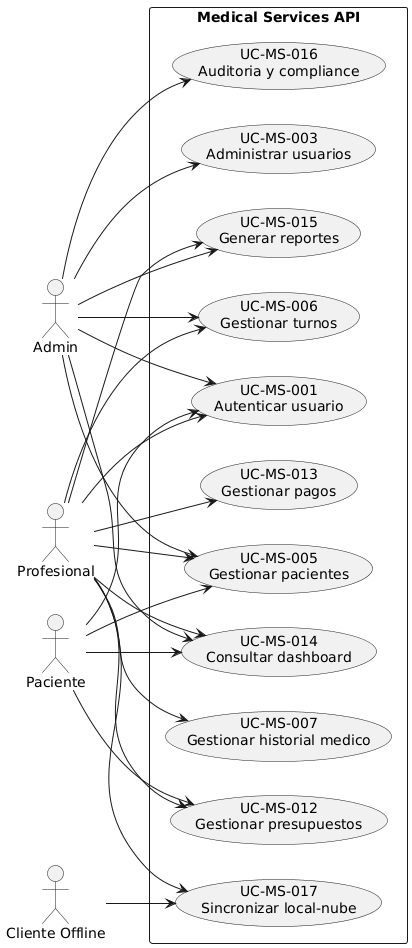
The PlantUML diagram docs/assets/use_case_medical_services_global.png in Yop007N/medicalcenter, before a commit. Its diagram source:
```plantuml
@startuml
left to right direction
skinparam packageStyle rectangle

actor Admin as A
actor Profesional as P
actor Paciente as C
actor "Cliente Offline" as O

rectangle "Medical Services API" {
  usecase "UC-MS-001\nAutenticar usuario" as UC1
  usecase "UC-MS-003\nAdministrar usuarios" as UC3
  usecase "UC-MS-005\nGestionar pacientes" as UC5
  usecase "UC-MS-006\nGestionar turnos" as UC6
  usecase "UC-MS-007\nGestionar historial medico" as UC7
  usecase "UC-MS-012\nGestionar presupuestos" as UC12
  usecase "UC-MS-013\nGestionar pagos" as UC13
  usecase "UC-MS-014\nConsultar dashboard" as UC14
  usecase "UC-MS-015\nGenerar reportes" as UC15
  usecase "UC-MS-016\nAuditoria y compliance" as UC16
  usecase "UC-MS-017\nSincronizar local-nube" as UC17
}

A --> UC1
A --> UC3
A --> UC5
A --> UC6
A --> UC14
A --> UC15
A --> UC16

P --> UC1
P --> UC5
P --> UC6
P --> UC7
P --> UC12
P --> UC13
P --> UC14
P --> UC15
P --> UC17

C --> UC1
C --> UC5
C --> UC12
C --> UC14

O --> UC17
@enduml
```
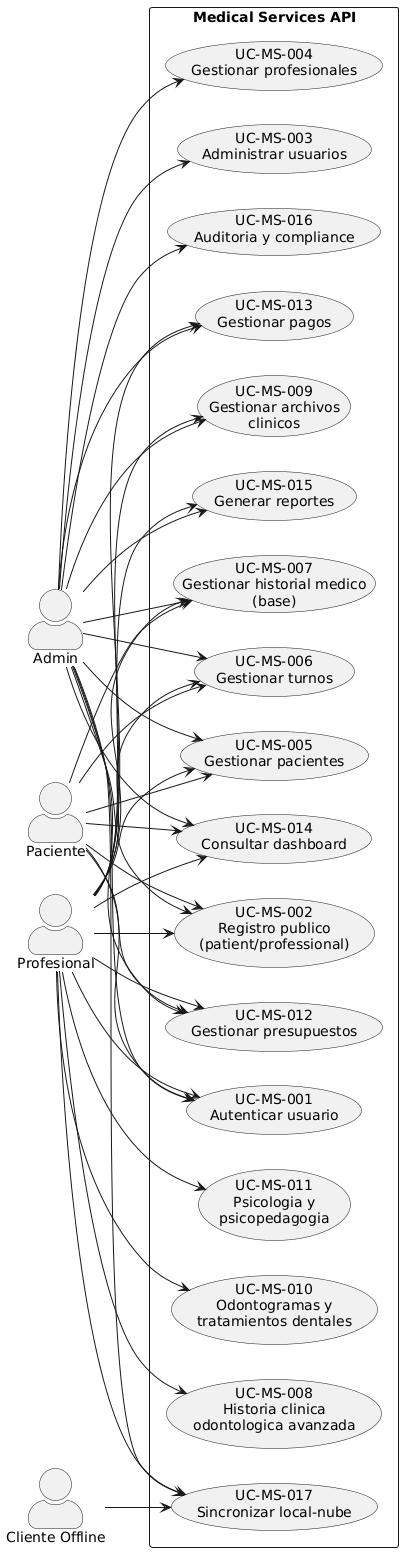
Above is the later version.

Diff of the diagram source:
```diff
@@ -1,6 +1,8 @@
 @startuml
 left to right direction
 skinparam packageStyle rectangle
+skinparam shadowing false
+skinparam actorStyle awesome
 
 actor Admin as A
 actor Profesional as P
@@ -9,10 +11,16 @@
 
 rectangle "Medical Services API" {
   usecase "UC-MS-001\nAutenticar usuario" as UC1
+  usecase "UC-MS-002\nRegistro publico\n(patient/professional)" as UC2
   usecase "UC-MS-003\nAdministrar usuarios" as UC3
+  usecase "UC-MS-004\nGestionar profesionales" as UC4
   usecase "UC-MS-005\nGestionar pacientes" as UC5
   usecase "UC-MS-006\nGestionar turnos" as UC6
-  usecase "UC-MS-007\nGestionar historial medico" as UC7
+  usecase "UC-MS-007\nGestionar historial medico\n(base)" as UC7
+  usecase "UC-MS-008\nHistoria clinica\nodontologica avanzada" as UC8
+  usecase "UC-MS-009\nGestionar archivos\nclinicos" as UC9
+  usecase "UC-MS-010\nOdontogramas y\ntratamientos dentales" as UC10
+  usecase "UC-MS-011\nPsicologia y\npsicopedagogia" as UC11
   usecase "UC-MS-012\nGestionar presupuestos" as UC12
   usecase "UC-MS-013\nGestionar pagos" as UC13
   usecase "UC-MS-014\nConsultar dashboard" as UC14
@@ -22,17 +30,29 @@
 }
 
 A --> UC1
+A --> UC2
 A --> UC3
+A --> UC4
 A --> UC5
 A --> UC6
+A --> UC7
+A --> UC9
+A --> UC12
+A --> UC13
 A --> UC14
 A --> UC15
 A --> UC16
+A --> UC17
 
 P --> UC1
+P --> UC2
 P --> UC5
 P --> UC6
 P --> UC7
+P --> UC8
+P --> UC9
+P --> UC10
+P --> UC11
 P --> UC12
 P --> UC13
 P --> UC14
@@ -40,7 +60,10 @@
 P --> UC17
 
 C --> UC1
+C --> UC2
 C --> UC5
+C --> UC6
+C --> UC7
 C --> UC12
 C --> UC14
 
```
